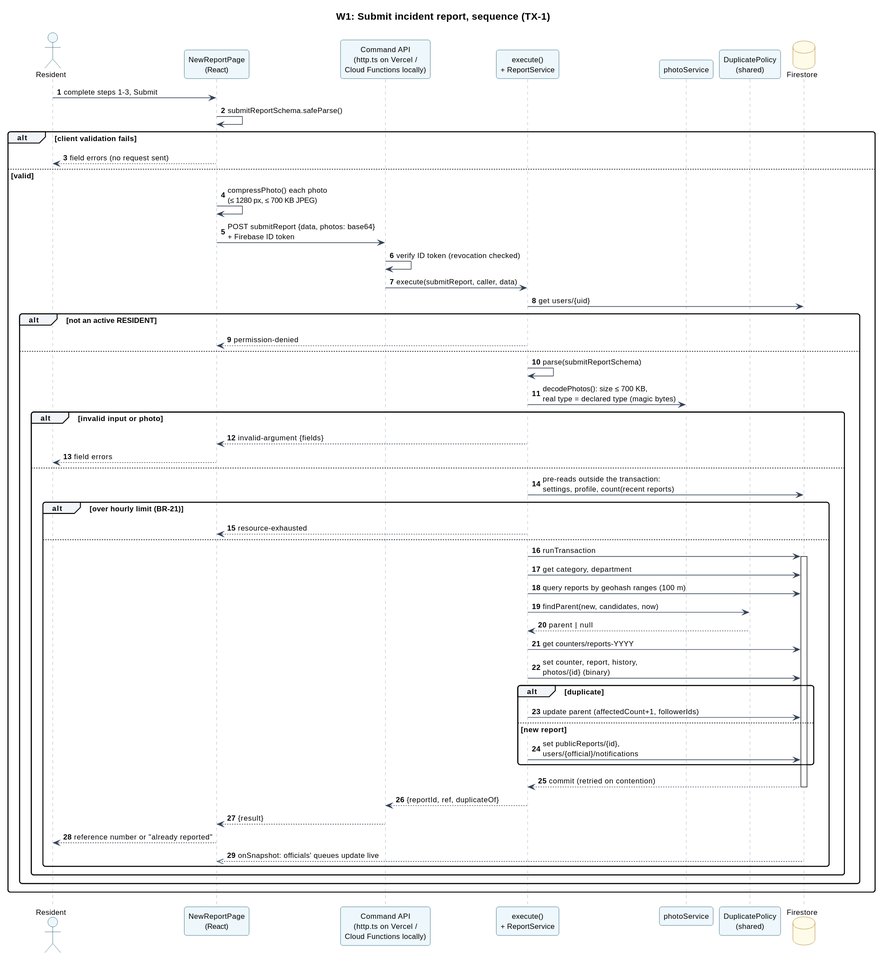
altechemist/civiclink keeps this PlantUML diagram as docs/diagrams/sequence-w1.svg. Above is the earlier version.
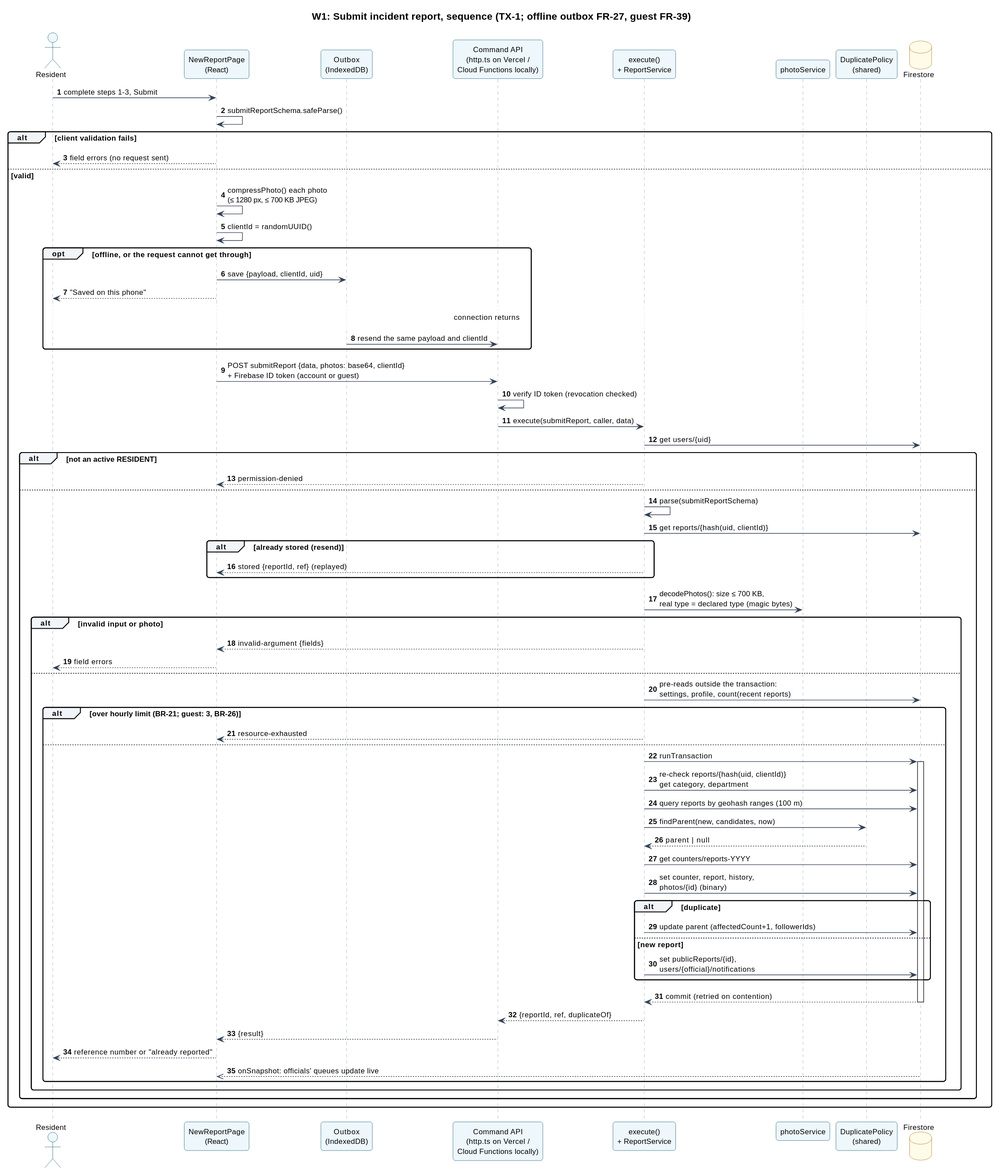
After the change.

What changed in the source:
```diff
@@ -1,10 +1,11 @@
 @startuml
 !include _style.iuml
-title W1: Submit incident report, sequence (TX-1)
+title W1: Submit incident report, sequence (TX-1; offline outbox FR-27, guest FR-39)
 autonumber
 
 actor Resident
 participant "NewReportPage\n(React)" as UI
+participant "Outbox\n(IndexedDB)" as OB
 participant "Command API\n(http.ts on Vercel /\nCloud Functions locally)" as API
 participant "execute()\n+ ReportService" as RS
 participant "photoService" as PS
@@ -17,7 +18,14 @@
   UI --> Resident : field errors (no request sent)
 else valid
   UI -> UI : compressPhoto() each photo\n(≤ 1280 px, ≤ 700 KB JPEG)
-  UI -> API : POST submitReport {data, photos: base64}\n+ Firebase ID token
+  UI -> UI : clientId = randomUUID()
+  opt offline, or the request cannot get through
+    UI -> OB : save {payload, clientId, uid}
+    UI --> Resident : "Saved on this phone"
+    ... connection returns ...
+    OB -> API : resend the same payload and clientId
+  end
+  UI -> API : POST submitReport {data, photos: base64, clientId}\n+ Firebase ID token (account or guest)
   API -> API : verify ID token (revocation checked)
   API -> RS : execute(submitReport, caller, data)
   RS -> DB : get users/{uid}
@@ -25,18 +33,22 @@
     RS --> UI : permission-denied
   else
     RS -> RS : parse(submitReportSchema)
+    RS -> DB : get reports/{hash(uid, clientId)}
+    alt already stored (resend)
+      RS --> UI : stored {reportId, ref} (replayed)
+    end
     RS -> PS : decodePhotos(): size ≤ 700 KB,\nreal type = declared type (magic bytes)
     alt invalid input or photo
       RS --> UI : invalid-argument {fields}
       UI --> Resident : field errors
     else
       RS -> DB : pre-reads outside the transaction:\nsettings, profile, count(recent reports)
-      alt over hourly limit (BR-21)
+      alt over hourly limit (BR-21; guest: 3, BR-26)
         RS --> UI : resource-exhausted
       else
         RS -> DB : runTransaction
         activate DB
-        RS -> DB : get category, department
+        RS -> DB : re-check reports/{hash(uid, clientId)}\nget category, department
         RS -> DB : query reports by geohash ranges (100 m)
         RS -> DP : findParent(new, candidates, now)
         DP --> RS : parent | null
```
